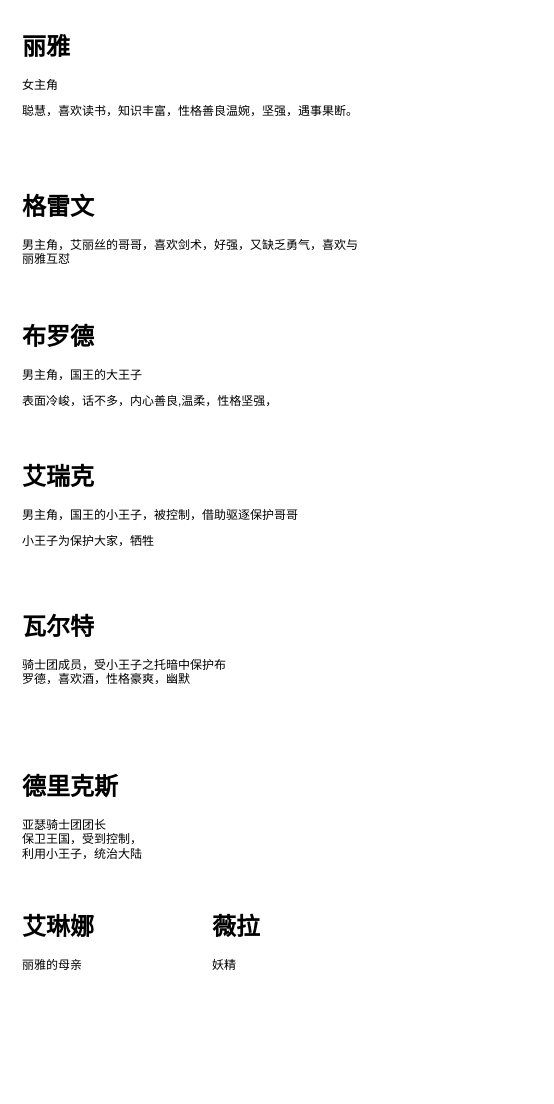
goldmine/base keeps this draw.io diagram as page "actor" (3 of 10) of unity.drawio. Above is the earlier version. Source tidied: cells renumbered, new cells numbered last; positions are measured from the earlier drawing's top-left corner, leaving out a move shared by most shapes. Both pictures are drawn from the tidied source at 100%, with x=0, y=0 at pixel (17, 27).
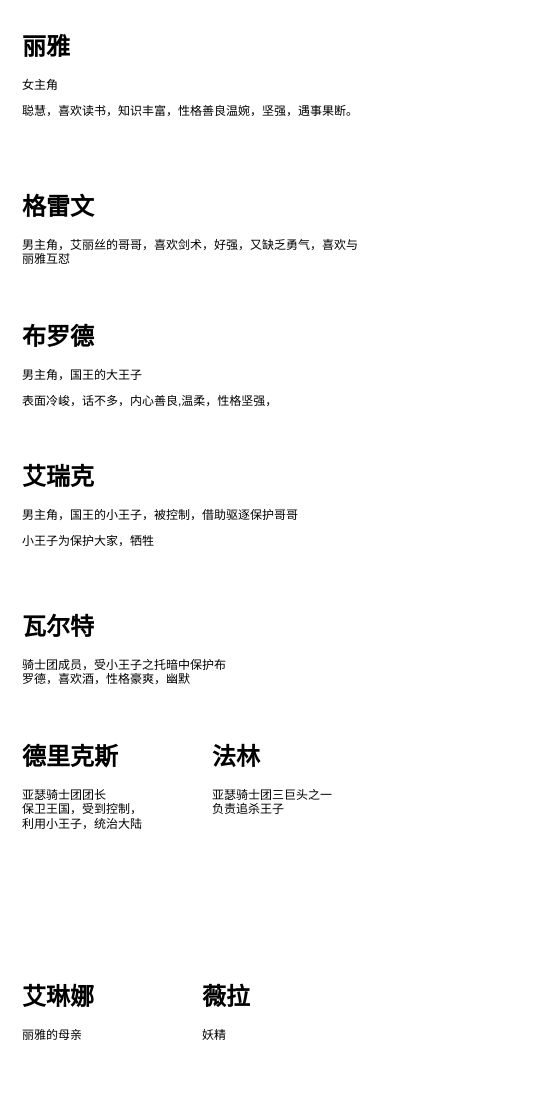
The same diagram, later.

The edit, as a diff of the source:
```diff
@@
 <mxGraphModel>
   <root>
     <mxCell id="0" />
     <mxCell id="1" parent="0" />
     <mxCell id="2" value="&lt;h1&gt;丽雅&lt;/h1&gt;&lt;p&gt;女主角&lt;/p&gt;&lt;p&gt;聪慧，喜欢读书，知识丰富，性格善良温婉，坚强，遇事果断。&lt;/p&gt;" style="text;html=1;strokeColor=none;fillColor=none;spacing=5;spacingTop=-20;whiteSpace=wrap;overflow=hidden;rounded=0;" parent="1" vertex="1">
       <mxGeometry width="440" height="120" as="geometry" />
     </mxCell>
     <mxCell id="3" value="&lt;h1&gt;格雷文&lt;/h1&gt;&lt;p&gt;男主角，艾丽丝的哥哥，喜欢剑术，好强，又缺乏勇气，喜欢与丽雅互怼&lt;/p&gt;" style="text;html=1;strokeColor=none;fillColor=none;spacing=5;spacingTop=-20;whiteSpace=wrap;overflow=hidden;rounded=0;" parent="1" vertex="1">
       <mxGeometry y="160" width="350" height="80" as="geometry" />
     </mxCell>
     <mxCell id="4" value="&lt;h1&gt;布罗德&lt;/h1&gt;&lt;p&gt;男主角，国王的大王子&lt;br&gt;&lt;/p&gt;&lt;p&gt;表面冷峻，话不多，内心善良,温柔，性格坚强，&lt;br&gt;&lt;/p&gt;" style="text;html=1;strokeColor=none;fillColor=none;spacing=5;spacingTop=-20;whiteSpace=wrap;overflow=hidden;rounded=0;" parent="1" vertex="1">
       <mxGeometry y="290" width="350" height="110" as="geometry" />
     </mxCell>
     <mxCell id="5" value="&lt;h1&gt;艾瑞克&lt;/h1&gt;&lt;p&gt;男主角，国王的小王子，被控制，借助驱逐保护哥哥&lt;/p&gt;&lt;p&gt;小王子为保护大家，牺牲&lt;/p&gt;&lt;p&gt;&lt;br&gt;&lt;/p&gt;&lt;p&gt;&lt;br&gt;&lt;/p&gt;" style="text;html=1;strokeColor=none;fillColor=none;spacing=5;spacingTop=-20;whiteSpace=wrap;overflow=hidden;rounded=0;" parent="1" vertex="1">
       <mxGeometry y="430" width="520" height="150" as="geometry" />
     </mxCell>
     <mxCell id="6" value="&lt;h1&gt;&lt;br&gt;&lt;/h1&gt;" style="text;html=1;strokeColor=none;fillColor=none;spacing=5;spacingTop=-20;whiteSpace=wrap;overflow=hidden;rounded=0;" parent="1" vertex="1">
       <mxGeometry y="600" width="130" height="110" as="geometry" />
     </mxCell>
     <mxCell id="7" value="&lt;h1&gt;瓦尔特&lt;/h1&gt;&lt;p&gt;骑士团成员，受小王子之托暗中保护布罗德，喜欢酒，性格豪爽，幽默&lt;/p&gt;&lt;p&gt;&lt;br&gt;&lt;/p&gt;&lt;p&gt;&lt;br&gt;&lt;/p&gt;" style="text;html=1;strokeColor=none;fillColor=none;spacing=5;spacingTop=-20;whiteSpace=wrap;overflow=hidden;rounded=0;" parent="1" vertex="1">
       <mxGeometry y="580" width="220" height="110" as="geometry" />
     </mxCell>
     <mxCell id="8" value="&lt;h1&gt;德里克斯&lt;/h1&gt;&lt;p&gt;亚瑟骑士团团长&lt;br style=&quot;border-color: var(--border-color); text-align: center;&quot;&gt;&lt;span style=&quot;text-align: center;&quot;&gt;保卫王国，受到控制，利用小王子，统治大陆&lt;/span&gt;&lt;br&gt;&lt;/p&gt;&lt;p&gt;&lt;br&gt;&lt;/p&gt;&lt;p&gt;&lt;br&gt;&lt;/p&gt;" style="text;html=1;strokeColor=none;fillColor=none;spacing=5;spacingTop=-20;whiteSpace=wrap;overflow=hidden;rounded=0;" parent="1" vertex="1">
-      <mxGeometry y="740" width="130" height="110" as="geometry" />
+      <mxGeometry y="710" width="130" height="110" as="geometry" />
     </mxCell>
     <mxCell id="9" value="&lt;h1&gt;艾琳娜&lt;/h1&gt;&lt;p&gt;丽雅的母亲&lt;/p&gt;&lt;p&gt;&lt;br&gt;&lt;/p&gt;" style="text;html=1;strokeColor=none;fillColor=none;spacing=5;spacingTop=-20;whiteSpace=wrap;overflow=hidden;rounded=0;" parent="1" vertex="1">
-      <mxGeometry y="880" width="130" height="110" as="geometry" />
+      <mxGeometry y="950" width="130" height="110" as="geometry" />
     </mxCell>
     <mxCell id="10" value="&lt;h1&gt;薇拉&lt;/h1&gt;&lt;p&gt;妖精&lt;/p&gt;&lt;p&gt;&lt;br&gt;&lt;/p&gt;&lt;p&gt;&lt;br&gt;&lt;/p&gt;&lt;p&gt;&lt;br&gt;&lt;/p&gt;" style="text;html=1;strokeColor=none;fillColor=none;spacing=5;spacingTop=-20;whiteSpace=wrap;overflow=hidden;rounded=0;" parent="1" vertex="1">
-      <mxGeometry x="190" y="880" width="130" height="110" as="geometry" />
+      <mxGeometry x="180" y="950" width="130" height="110" as="geometry" />
     </mxCell>
+    <mxCell id="11" value="&lt;h1&gt;法林&lt;/h1&gt;&lt;p&gt;亚瑟骑士团三巨头之一&lt;span style=&quot;background-color: initial; text-align: center;&quot;&gt;负责追杀王子&lt;/span&gt;&lt;/p&gt;&lt;p&gt;&lt;/p&gt;&lt;p&gt;&lt;br&gt;&lt;/p&gt;&lt;p&gt;&lt;br&gt;&lt;/p&gt;" style="text;html=1;strokeColor=none;fillColor=none;spacing=5;spacingTop=-20;whiteSpace=wrap;overflow=hidden;rounded=0;" parent="1" vertex="1">
+      <mxGeometry x="190" y="710" width="130" height="110" as="geometry" />
+    </mxCell>
   </root>
 </mxGraphModel>
```
